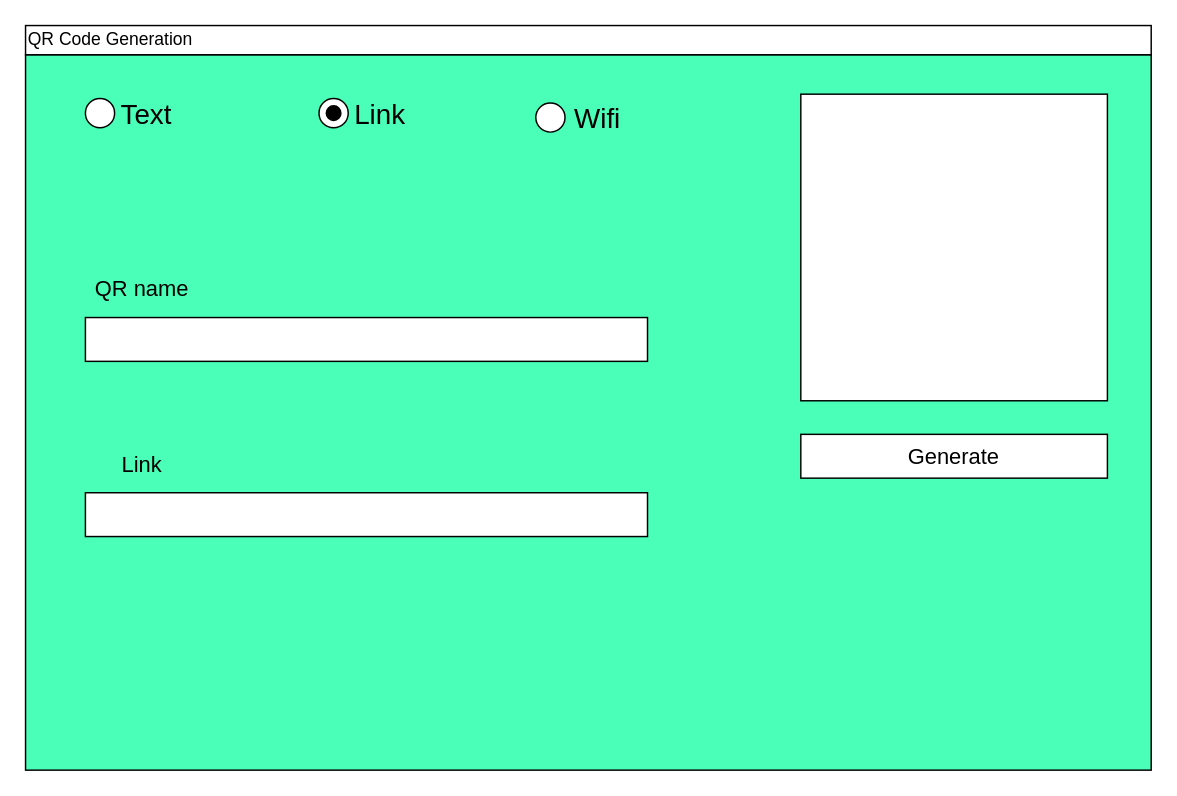
The draw.io diagram page "link" (2 of 4) of design/design.drawio in khoinguyen21413/QR_code_generator, before the edit. Source tidied: cells renumbered, new cells numbered last; positions are measured from the earlier drawing's top-left corner, leaving out a move shared by most shapes. Both pictures are drawn from the tidied source at 146%, with x=0, y=0 at pixel (25, 25).
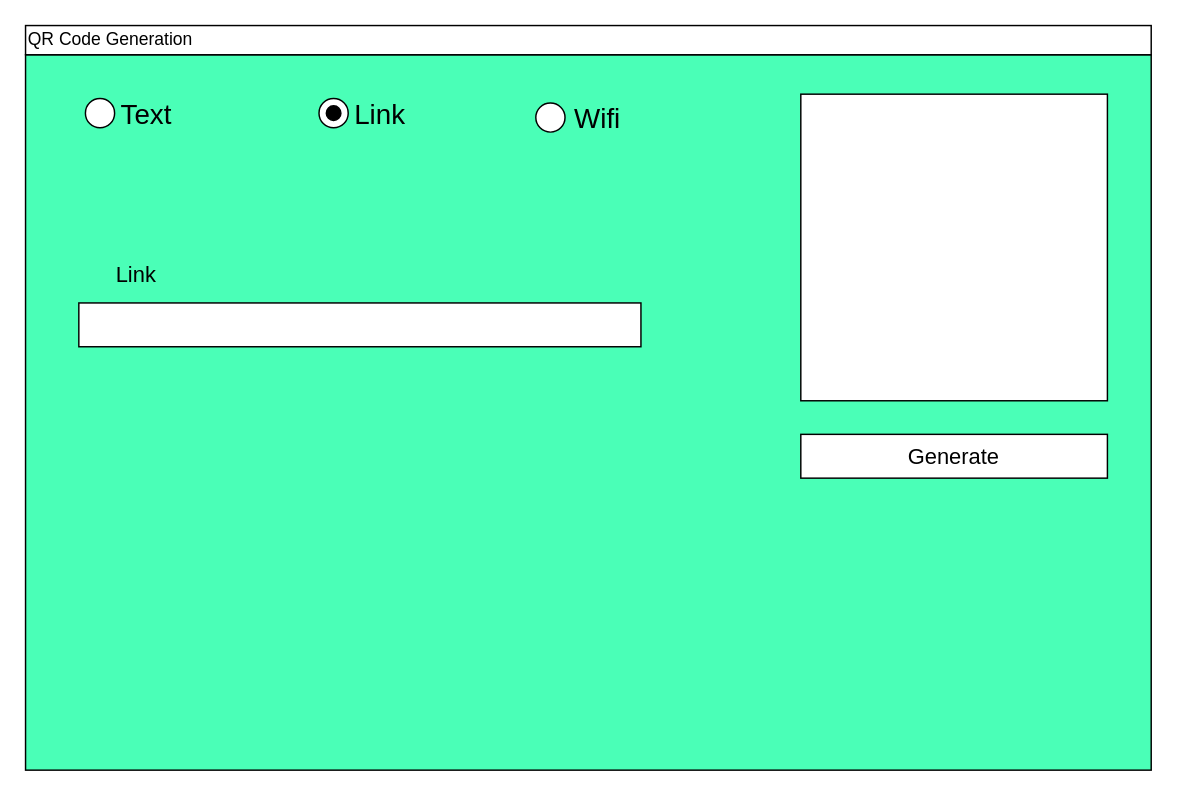
After the change.

Diff of the diagram source:
```diff
@@
 <mxGraphModel>
   <root>
     <mxCell id="0" />
     <mxCell id="1" parent="0" />
     <mxCell id="2" style="rounded=0;whiteSpace=wrap;html=1;fillColor=#4AFFB7;" parent="1" vertex="1">
       <mxGeometry y="20" width="771" height="490" as="geometry" />
     </mxCell>
     <mxCell id="3" value="QR Code Generation" style="rounded=0;whiteSpace=wrap;html=1;align=left;" parent="1" vertex="1">
       <mxGeometry width="771" height="20" as="geometry" />
     </mxCell>
     <mxCell id="4" style="whiteSpace=wrap;html=1;" parent="1" vertex="1">
       <mxGeometry x="531" y="47" width="210" height="210" as="geometry" />
     </mxCell>
     <mxCell id="5" style="ellipse;whiteSpace=wrap;html=1;" parent="1" vertex="1">
       <mxGeometry x="41" y="50" width="20" height="20" as="geometry" />
     </mxCell>
     <mxCell id="6" value="Text" style="text;html=1;align=center;verticalAlign=middle;whiteSpace=wrap;rounded=0;fontSize=19;" parent="1" vertex="1">
       <mxGeometry x="53" y="47" width="60" height="30" as="geometry" />
     </mxCell>
     <mxCell id="7" style="ellipse;whiteSpace=wrap;html=1;" parent="1" vertex="1">
       <mxGeometry x="201" y="50" width="20" height="20" as="geometry" />
     </mxCell>
     <mxCell id="8" value="Link" style="text;html=1;align=center;verticalAlign=middle;whiteSpace=wrap;rounded=0;fontSize=19;" parent="1" vertex="1">
       <mxGeometry x="213" y="47" width="60" height="30" as="geometry" />
     </mxCell>
     <mxCell id="9" style="ellipse;whiteSpace=wrap;html=1;" parent="1" vertex="1">
       <mxGeometry x="349.5" y="53" width="20" height="20" as="geometry" />
     </mxCell>
     <mxCell id="10" value="Wifi" style="text;html=1;align=center;verticalAlign=middle;whiteSpace=wrap;rounded=0;fontSize=19;" parent="1" vertex="1">
       <mxGeometry x="361.5" y="50" width="60" height="30" as="geometry" />
     </mxCell>
     <mxCell id="11" style="ellipse;whiteSpace=wrap;html=1;fillColor=#000000;" parent="1" vertex="1">
       <mxGeometry x="206" y="55" width="10" height="10" as="geometry" />
     </mxCell>
-    <mxCell id="12" style="rounded=0;whiteSpace=wrap;html=1;" parent="1" vertex="1">
-      <mxGeometry x="41" y="200" width="385" height="30" as="geometry" />
-    </mxCell>
-    <mxCell id="13" value="QR name" style="text;html=1;align=center;verticalAlign=middle;whiteSpace=wrap;rounded=0;fontSize=15;" parent="1" vertex="1">
-      <mxGeometry x="41" y="170" width="78" height="20" as="geometry" />
-    </mxCell>
     <mxCell id="14" style="rounded=0;whiteSpace=wrap;html=1;" parent="1" vertex="1">
-      <mxGeometry x="41" y="320" width="385" height="30" as="geometry" />
+      <mxGeometry x="36.5" y="190" width="385" height="30" as="geometry" />
     </mxCell>
     <mxCell id="15" value="Link" style="text;html=1;align=center;verticalAlign=middle;whiteSpace=wrap;rounded=0;fontSize=15;" parent="1" vertex="1">
-      <mxGeometry x="41" y="290" width="78" height="20" as="geometry" />
+      <mxGeometry x="36.5" y="160" width="78" height="20" as="geometry" />
     </mxCell>
     <mxCell id="16" value="&lt;font style=&quot;font-size: 15px;&quot;&gt;Generate&lt;/font&gt;" style="rounded=0;whiteSpace=wrap;html=1;" parent="1" vertex="1">
       <mxGeometry x="531" y="280" width="210" height="30" as="geometry" />
     </mxCell>
   </root>
 </mxGraphModel>
```
